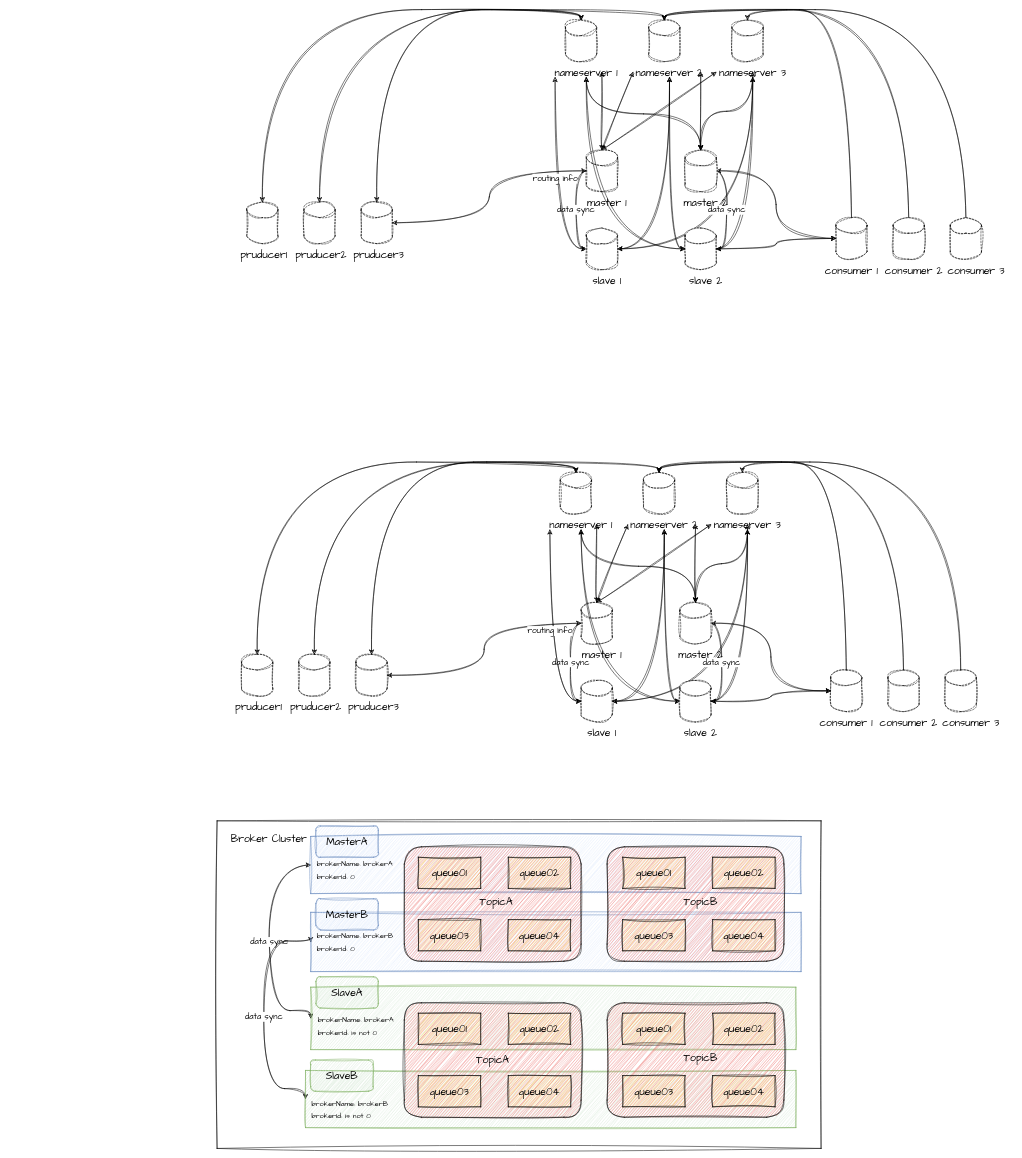
Before: 消息中间件/思维导图.drawio in LeslieJiang/myStudy, a draw.io diagram. Source tidied: cells renumbered, new cells numbered last; positions are measured from the earlier drawing's top-left corner, leaving out a move shared by most shapes. Both pictures are drawn from the tidied source at 52%, with x=0, y=0 at pixel (217, 20).
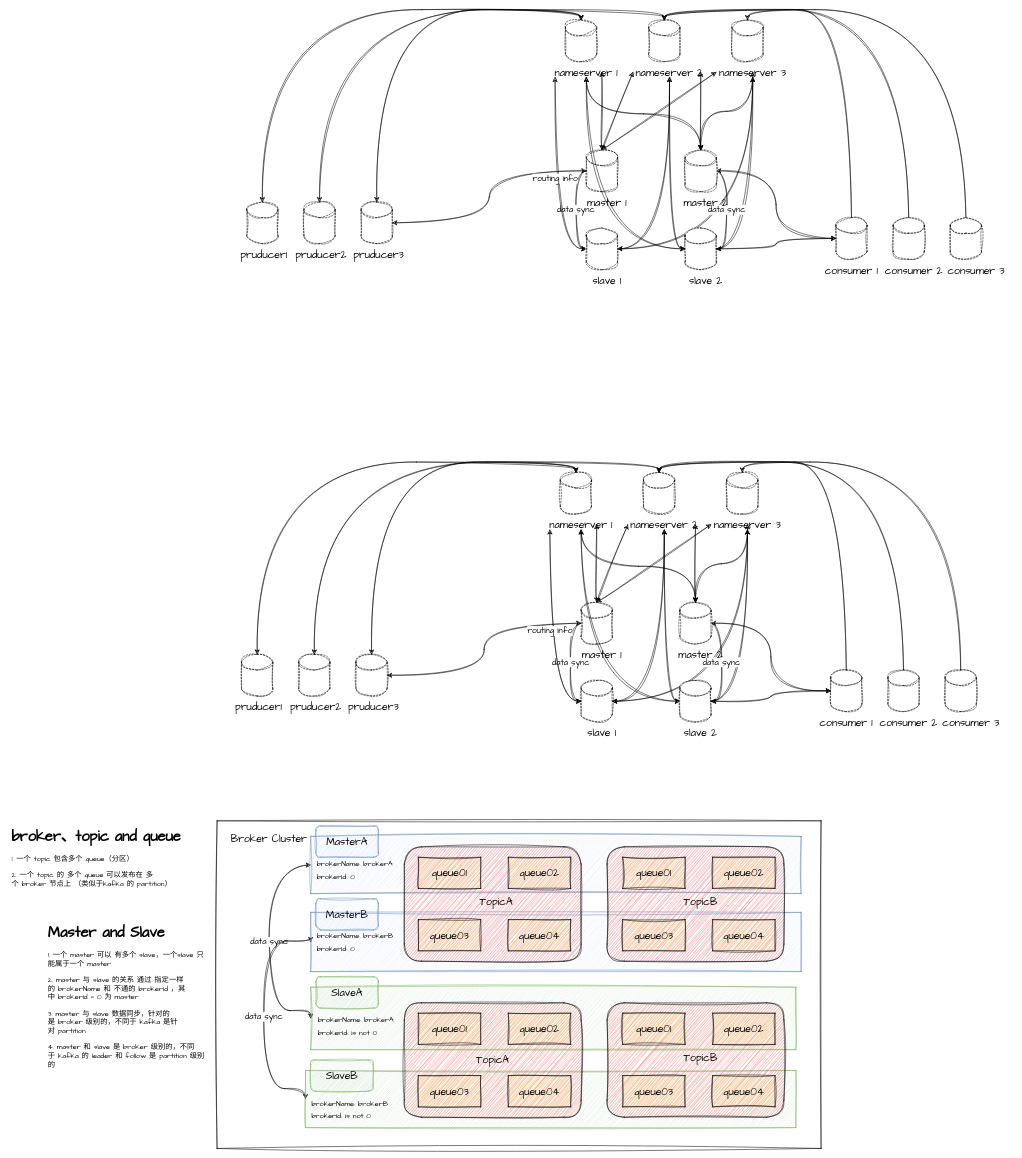
Above is the later version.

Commit message:
完善文字描述

Change to the diagram source:
```diff
@@
+    <mxCell id="140" value="&lt;h1&gt;broker、topic&amp;nbsp;and&amp;nbsp;queue&lt;/h1&gt;&lt;p&gt;1.&amp;nbsp;一个&amp;nbsp;topic&amp;nbsp;包含多个 queue（分区）&lt;/p&gt;&lt;p&gt;2.&amp;nbsp;一个&amp;nbsp;topic&amp;nbsp;的&amp;nbsp;多个&amp;nbsp;queue&amp;nbsp;可以发布在&amp;nbsp;多个&amp;nbsp;broker&amp;nbsp;节点上 （类似于kafka&amp;nbsp;的&amp;nbsp;partition）&lt;/p&gt;" style="text;html=1;strokeColor=none;fillColor=none;spacing=5;spacingTop=-20;whiteSpace=wrap;overflow=hidden;rounded=0;shadow=0;glass=0;sketch=1;hachureGap=4;jiggle=2;fontFamily=Architects Daughter;fontSize=14;" parent="1" vertex="1">
+      <mxGeometry x="-400" y="1545" width="360" height="160" as="geometry" />
+    </mxCell>
+    <mxCell id="141" value="&lt;h1&gt;Master&amp;nbsp;and&amp;nbsp;Slave&lt;/h1&gt;&lt;p&gt;1.&amp;nbsp;一个&amp;nbsp;master&amp;nbsp;可以&amp;nbsp;有多个&amp;nbsp;slave，一个slave&amp;nbsp;只能属于一个&amp;nbsp;master&lt;/p&gt;&lt;p&gt;2.&amp;nbsp;master&amp;nbsp;与&amp;nbsp;slave&amp;nbsp;的关系&amp;nbsp;通过&amp;nbsp;指定一样的&amp;nbsp;brokerName&amp;nbsp;和&amp;nbsp;不通的&amp;nbsp;brokerId ，其中&amp;nbsp;brokerId = 0&amp;nbsp;为&amp;nbsp;master&lt;/p&gt;&lt;p&gt;3.&amp;nbsp;master&amp;nbsp;与&amp;nbsp;slave&amp;nbsp;数据同步，针对的是&amp;nbsp;broker&amp;nbsp;级别的，不同于&amp;nbsp;kafka&amp;nbsp;是针对&amp;nbsp;partition&lt;/p&gt;&lt;p&gt;4. master&amp;nbsp;和&amp;nbsp;slave&amp;nbsp;是&amp;nbsp;broker&amp;nbsp;级别的，不同于&amp;nbsp;kafka&amp;nbsp;的&amp;nbsp;leader&amp;nbsp;和&amp;nbsp;follow&amp;nbsp;是&amp;nbsp;partition&amp;nbsp;级别的&lt;/p&gt;" style="text;html=1;strokeColor=none;fillColor=none;spacing=5;spacingTop=-20;whiteSpace=wrap;overflow=hidden;rounded=0;shadow=0;glass=0;sketch=1;hachureGap=4;jiggle=2;fontFamily=Architects Daughter;fontSize=14;" parent="1" vertex="1">
+      <mxGeometry x="-330" y="1730" width="310" height="300" as="geometry" />
+    </mxCell>
```
